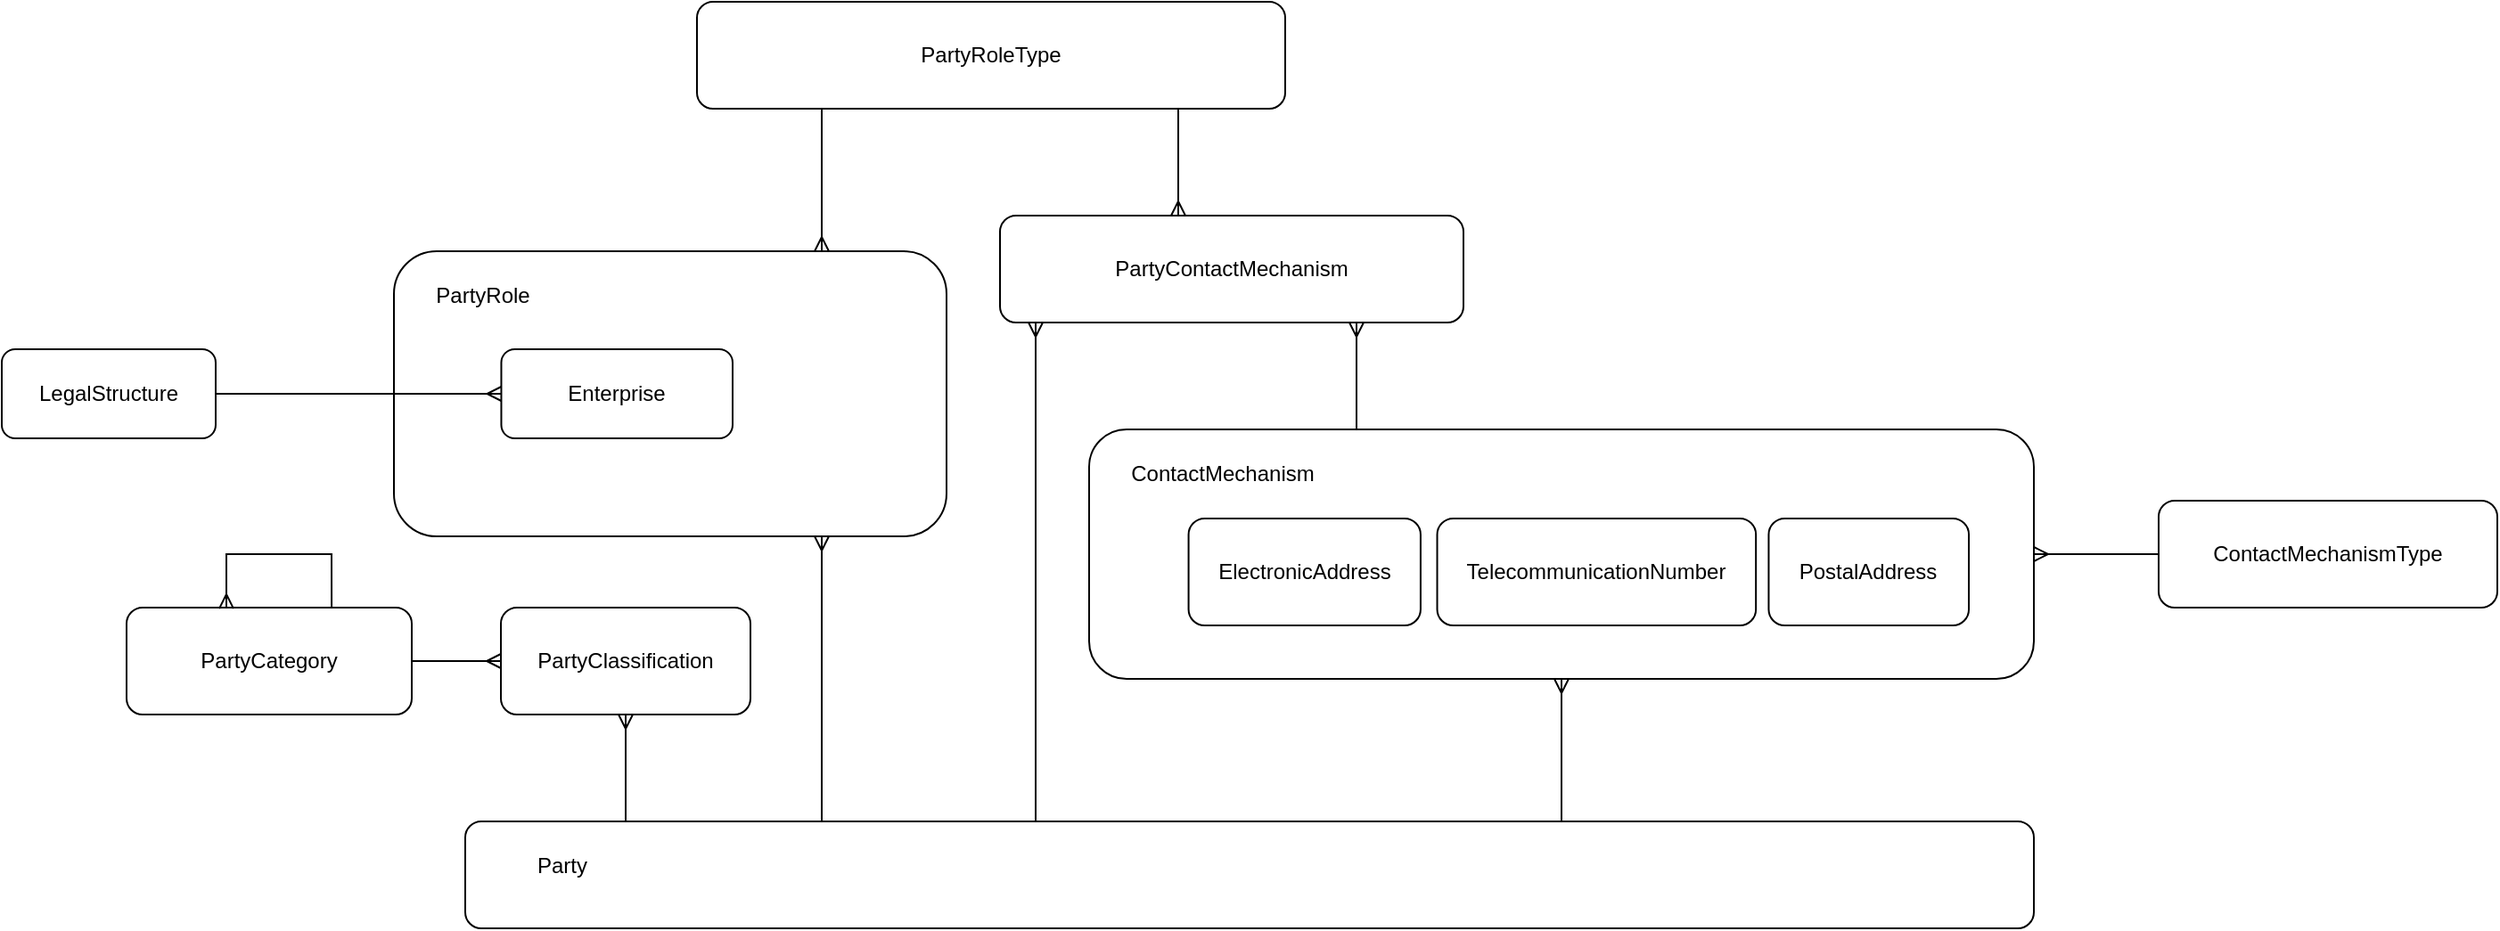
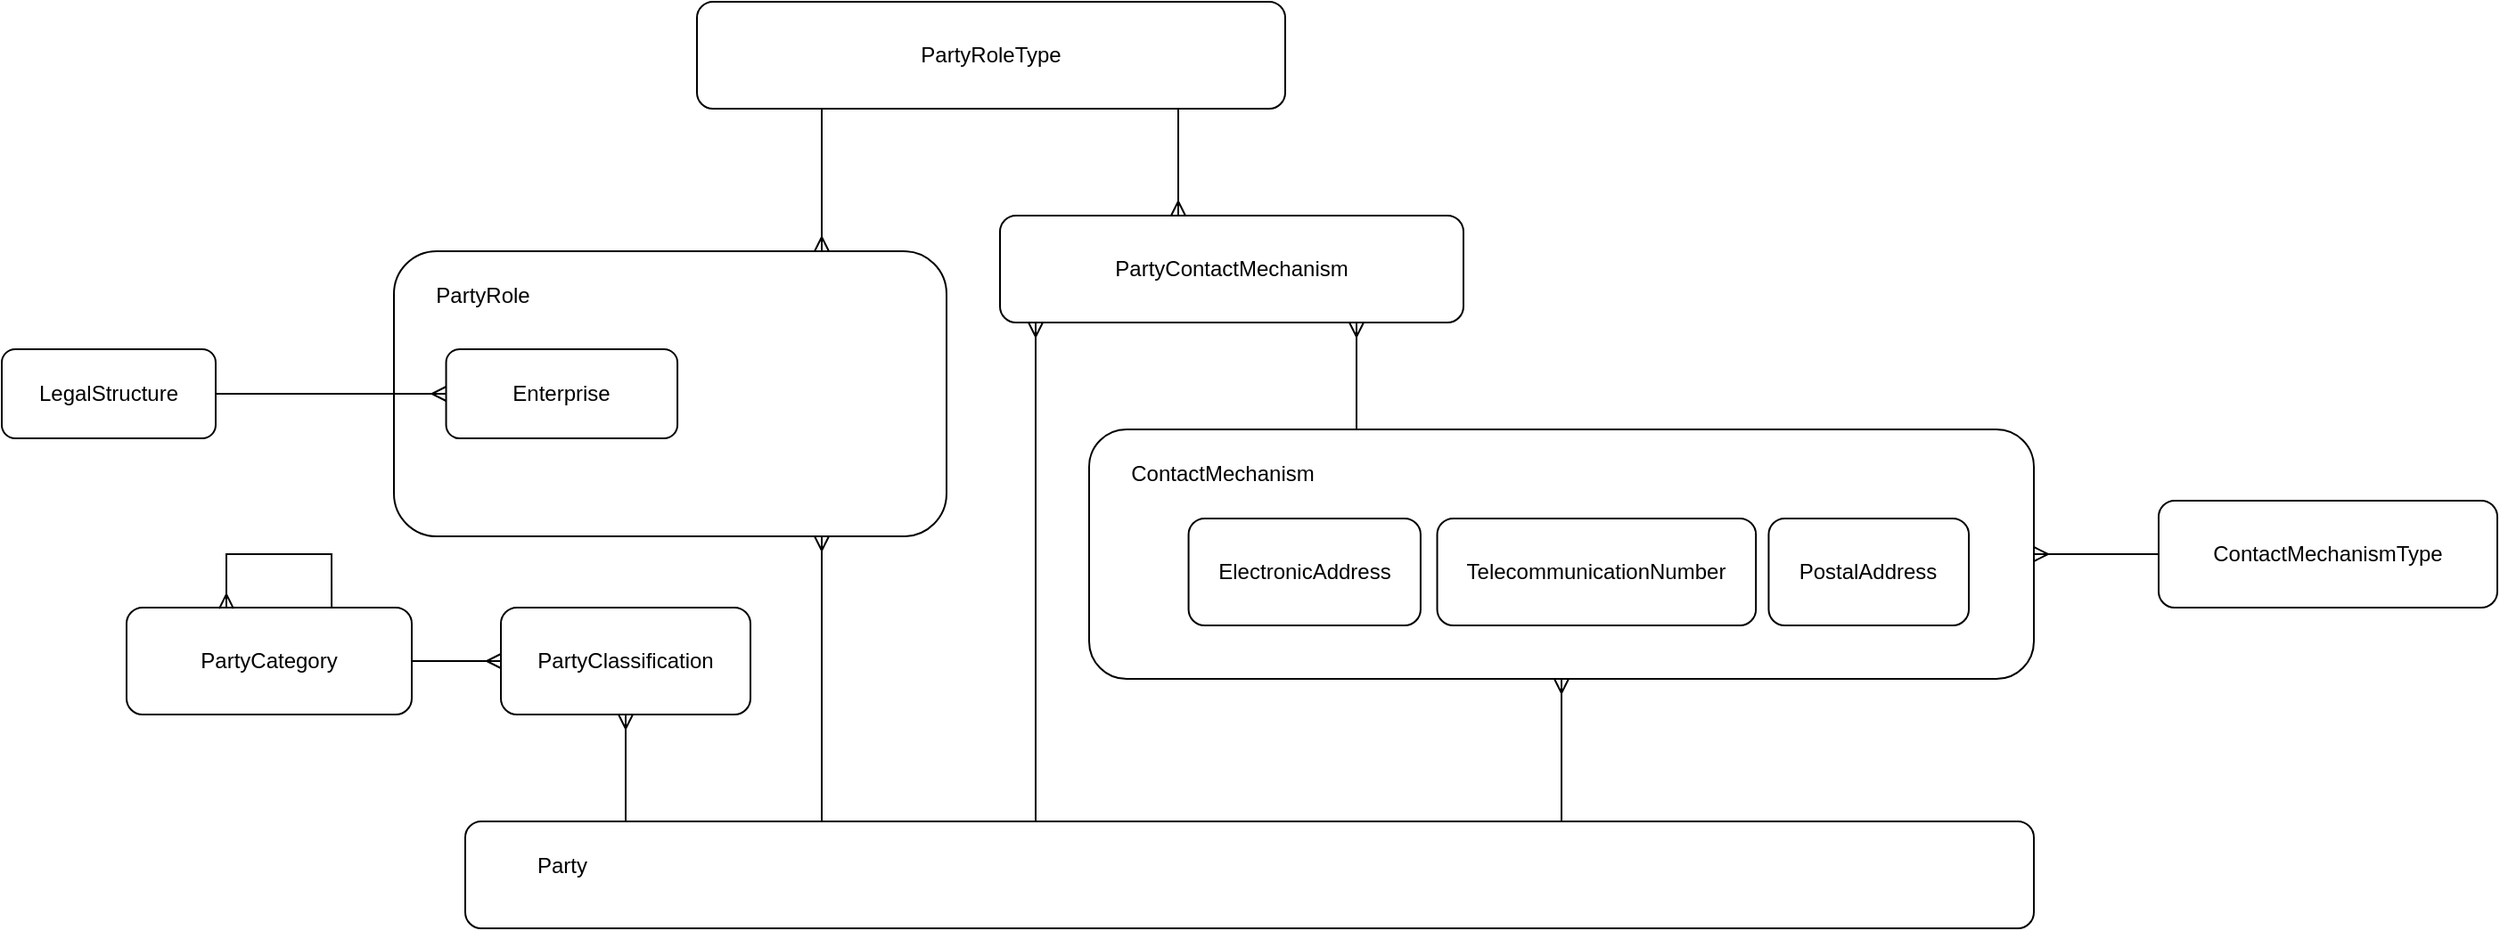
<mxfile host="app.diagrams.net" agent="Mozilla/5.0 (Windows NT 10.0; Win64; x64) AppleWebKit/537.36 (KHTML, like Gecko) Chrome/141.0.0.0 Safari/537.36" version="28.2.9">
  <diagram name="Page-1" id="d0nJ6Fx9cUZLMqGtfM0H">
    <mxGraphModel dx="2076" dy="1832" grid="1" gridSize="10" guides="1" tooltips="1" connect="1" arrows="1" fold="1" page="1" pageScale="1" pageWidth="850" pageHeight="1100" math="0" shadow="0">
      <root>
        <mxCell id="0" />
        <mxCell id="1" parent="0" />
        <mxCell id="tdPrWEJd15tEannaNgth-4" style="edgeStyle=orthogonalEdgeStyle;rounded=0;orthogonalLoop=1;jettySize=auto;html=1;startArrow=ERmany;startFill=0;endArrow=none;endFill=0;" edge="1" parent="1" source="tdPrWEJd15tEannaNgth-2" target="tdPrWEJd15tEannaNgth-3">
          <mxGeometry relative="1" as="geometry" />
        </mxCell>
        <mxCell id="tdPrWEJd15tEannaNgth-3" value="ContactMechanismType" style="rounded=1;whiteSpace=wrap;html=1;" vertex="1" parent="1">
          <mxGeometry x="600" y="230" width="190" height="60" as="geometry" />
        </mxCell>
        <mxCell id="tdPrWEJd15tEannaNgth-13" value="PartyRoleType" style="rounded=1;whiteSpace=wrap;html=1;" vertex="1" parent="1">
          <mxGeometry x="-220" y="-50" width="330" height="60" as="geometry" />
        </mxCell>
        <mxCell id="tdPrWEJd15tEannaNgth-14" style="edgeStyle=orthogonalEdgeStyle;rounded=0;orthogonalLoop=1;jettySize=auto;html=1;startArrow=ERmany;startFill=0;endArrow=none;endFill=0;" edge="1" parent="1" source="tdPrWEJd15tEannaNgth-15" target="tdPrWEJd15tEannaNgth-13">
          <mxGeometry relative="1" as="geometry">
            <mxPoint x="730" y="420" as="sourcePoint" />
            <mxPoint x="730" y="340" as="targetPoint" />
            <Array as="points">
              <mxPoint x="50" y="20" />
              <mxPoint x="50" y="20" />
            </Array>
          </mxGeometry>
        </mxCell>
        <mxCell id="tdPrWEJd15tEannaNgth-15" value="PartyContactMechanism" style="rounded=1;whiteSpace=wrap;html=1;" vertex="1" parent="1">
          <mxGeometry x="-50" y="70" width="260" height="60" as="geometry" />
        </mxCell>
        <mxCell id="tdPrWEJd15tEannaNgth-18" style="edgeStyle=orthogonalEdgeStyle;rounded=0;orthogonalLoop=1;jettySize=auto;html=1;startArrow=ERmany;startFill=0;endArrow=none;endFill=0;" edge="1" parent="1">
          <mxGeometry relative="1" as="geometry">
            <mxPoint x="-30.00117647058829" y="130" as="sourcePoint" />
            <mxPoint x="-30.00117647058829" y="410" as="targetPoint" />
            <Array as="points">
              <mxPoint x="-30.060000000000002" y="300" />
              <mxPoint x="-30.060000000000002" y="300" />
            </Array>
          </mxGeometry>
        </mxCell>
        <mxCell id="tdPrWEJd15tEannaNgth-19" value="" style="group" vertex="1" connectable="0" parent="1">
          <mxGeometry y="190" width="530" height="140" as="geometry" />
        </mxCell>
        <mxCell id="tdPrWEJd15tEannaNgth-2" value="" style="rounded=1;whiteSpace=wrap;html=1;" vertex="1" parent="tdPrWEJd15tEannaNgth-19">
          <mxGeometry width="530" height="140" as="geometry" />
        </mxCell>
        <mxCell id="tdPrWEJd15tEannaNgth-5" value="ElectronicAddress" style="rounded=1;whiteSpace=wrap;html=1;" vertex="1" parent="tdPrWEJd15tEannaNgth-19">
          <mxGeometry x="55.78947368421052" y="50" width="130.17543859649123" height="60" as="geometry" />
        </mxCell>
        <mxCell id="tdPrWEJd15tEannaNgth-6" value="TelecommunicationNumber" style="rounded=1;whiteSpace=wrap;html=1;" vertex="1" parent="tdPrWEJd15tEannaNgth-19">
          <mxGeometry x="195.26315789473682" y="50" width="178.81456140350878" height="60" as="geometry" />
        </mxCell>
        <mxCell id="tdPrWEJd15tEannaNgth-7" value="ContactMechanism" style="text;html=1;whiteSpace=wrap;strokeColor=none;fillColor=none;align=center;verticalAlign=middle;rounded=0;" vertex="1" parent="tdPrWEJd15tEannaNgth-19">
          <mxGeometry x="27.896882591093107" y="10" width="94.41295546558705" height="30" as="geometry" />
        </mxCell>
        <mxCell id="tdPrWEJd15tEannaNgth-8" value="PostalAddress" style="rounded=1;whiteSpace=wrap;html=1;" vertex="1" parent="tdPrWEJd15tEannaNgth-19">
          <mxGeometry x="381.2280701754386" y="50" width="112.29491228070175" height="60" as="geometry" />
        </mxCell>
        <mxCell id="tdPrWEJd15tEannaNgth-20" style="edgeStyle=orthogonalEdgeStyle;rounded=0;orthogonalLoop=1;jettySize=auto;html=1;startArrow=ERmany;startFill=0;endArrow=none;endFill=0;" edge="1" parent="1" source="tdPrWEJd15tEannaNgth-15" target="tdPrWEJd15tEannaNgth-2">
          <mxGeometry relative="1" as="geometry">
            <mxPoint x="370" y="120" as="sourcePoint" />
            <mxPoint x="370" y="430" as="targetPoint" />
            <Array as="points">
              <mxPoint x="150" y="160" />
              <mxPoint x="150" y="160" />
            </Array>
          </mxGeometry>
        </mxCell>
        <mxCell id="tdPrWEJd15tEannaNgth-21" style="edgeStyle=orthogonalEdgeStyle;rounded=0;orthogonalLoop=1;jettySize=auto;html=1;startArrow=ERmany;startFill=0;endArrow=none;endFill=0;" edge="1" parent="1" source="tdPrWEJd15tEannaNgth-2" target="tdPrWEJd15tEannaNgth-1">
          <mxGeometry relative="1" as="geometry">
            <mxPoint x="240" y="400" as="sourcePoint" />
            <mxPoint x="240" y="470" as="targetPoint" />
            <Array as="points">
              <mxPoint x="305" y="420" />
              <mxPoint x="305" y="420" />
            </Array>
          </mxGeometry>
        </mxCell>
        <mxCell id="tdPrWEJd15tEannaNgth-22" value="LegalStructure" style="rounded=1;whiteSpace=wrap;html=1;" vertex="1" parent="1">
          <mxGeometry x="-610" y="145" width="120" height="50" as="geometry" />
        </mxCell>
        <mxCell id="tdPrWEJd15tEannaNgth-27" value="PartyClassification" style="rounded=1;whiteSpace=wrap;html=1;" vertex="1" parent="1">
          <mxGeometry x="-330" y="290" width="140" height="60" as="geometry" />
        </mxCell>
        <mxCell id="tdPrWEJd15tEannaNgth-28" value="PartyCategory" style="rounded=1;whiteSpace=wrap;html=1;" vertex="1" parent="1">
          <mxGeometry x="-540" y="290" width="160" height="60" as="geometry" />
        </mxCell>
        <mxCell id="tdPrWEJd15tEannaNgth-31" style="edgeStyle=orthogonalEdgeStyle;rounded=0;orthogonalLoop=1;jettySize=auto;html=1;startArrow=ERmany;startFill=0;endArrow=none;endFill=0;" edge="1" parent="1" source="tdPrWEJd15tEannaNgth-27" target="tdPrWEJd15tEannaNgth-1">
          <mxGeometry relative="1" as="geometry">
            <mxPoint x="-260" y="180" as="sourcePoint" />
            <mxPoint x="-260" y="250" as="targetPoint" />
            <Array as="points">
              <mxPoint x="-260" y="370" />
              <mxPoint x="-260" y="370" />
            </Array>
          </mxGeometry>
        </mxCell>
        <mxCell id="tdPrWEJd15tEannaNgth-32" style="edgeStyle=orthogonalEdgeStyle;rounded=0;orthogonalLoop=1;jettySize=auto;html=1;startArrow=ERmany;startFill=0;endArrow=none;endFill=0;" edge="1" parent="1" source="tdPrWEJd15tEannaNgth-27" target="tdPrWEJd15tEannaNgth-28">
          <mxGeometry relative="1" as="geometry">
            <mxPoint x="-230" y="200" as="sourcePoint" />
            <mxPoint x="-230" y="270" as="targetPoint" />
            <Array as="points" />
          </mxGeometry>
        </mxCell>
        <mxCell id="tdPrWEJd15tEannaNgth-33" style="edgeStyle=orthogonalEdgeStyle;rounded=0;orthogonalLoop=1;jettySize=auto;html=1;startArrow=ERmany;startFill=0;endArrow=none;endFill=0;exitX=0.35;exitY=0.009;exitDx=0;exitDy=0;exitPerimeter=0;entryX=0.719;entryY=0;entryDx=0;entryDy=0;entryPerimeter=0;" edge="1" parent="1" source="tdPrWEJd15tEannaNgth-28" target="tdPrWEJd15tEannaNgth-28">
          <mxGeometry relative="1" as="geometry">
            <mxPoint x="-485" y="280" as="sourcePoint" />
            <mxPoint x="-425" y="280" as="targetPoint" />
            <Array as="points">
              <mxPoint x="-484" y="260" />
              <mxPoint x="-425" y="260" />
            </Array>
          </mxGeometry>
        </mxCell>
        <mxCell id="tdPrWEJd15tEannaNgth-35" value="" style="rounded=1;whiteSpace=wrap;html=1;" vertex="1" parent="1">
          <mxGeometry x="-390" y="90" width="310" height="160" as="geometry" />
        </mxCell>
        <mxCell id="tdPrWEJd15tEannaNgth-37" style="edgeStyle=orthogonalEdgeStyle;rounded=0;orthogonalLoop=1;jettySize=auto;html=1;startArrow=ERmany;startFill=0;endArrow=none;endFill=0;" edge="1" parent="1" source="tdPrWEJd15tEannaNgth-35" target="tdPrWEJd15tEannaNgth-1">
          <mxGeometry relative="1" as="geometry">
            <mxPoint x="-130" y="350" as="sourcePoint" />
            <mxPoint x="-130" y="420" as="targetPoint" />
            <Array as="points">
              <mxPoint x="-150" y="260" />
              <mxPoint x="-150" y="260" />
            </Array>
          </mxGeometry>
        </mxCell>
        <mxCell id="tdPrWEJd15tEannaNgth-38" style="edgeStyle=orthogonalEdgeStyle;rounded=0;orthogonalLoop=1;jettySize=auto;html=1;startArrow=ERmany;startFill=0;endArrow=none;endFill=0;" edge="1" parent="1" source="tdPrWEJd15tEannaNgth-35">
          <mxGeometry relative="1" as="geometry">
            <mxPoint x="-150" y="160" as="sourcePoint" />
            <mxPoint x="-150" y="10" as="targetPoint" />
            <Array as="points">
              <mxPoint x="-150" y="70" />
              <mxPoint x="-150" y="70" />
            </Array>
          </mxGeometry>
        </mxCell>
        <mxCell id="tdPrWEJd15tEannaNgth-1" value="" style="rounded=1;whiteSpace=wrap;html=1;" vertex="1" parent="1">
          <mxGeometry x="-350" y="410" width="880" height="60" as="geometry" />
        </mxCell>
        <mxCell id="tdPrWEJd15tEannaNgth-9" value="Party" style="text;html=1;whiteSpace=wrap;strokeColor=none;fillColor=none;align=center;verticalAlign=middle;rounded=0;" vertex="1" parent="1">
          <mxGeometry x="-336.46153846153845" y="420" width="81.23076923076923" height="30" as="geometry" />
        </mxCell>
        <mxCell id="tdPrWEJd15tEannaNgth-17" value="Enterprise" style="rounded=1;whiteSpace=wrap;html=1;" vertex="1" parent="1">
-           <mxGeometry x="-329.77" y="145" width="129.77" height="50" as="geometry" />
+           <mxGeometry x="-360.72999999999996" y="145" width="129.77" height="50" as="geometry" />
        </mxCell>
        <mxCell id="tdPrWEJd15tEannaNgth-40" value="PartyRole" style="text;html=1;whiteSpace=wrap;strokeColor=none;fillColor=none;align=center;verticalAlign=middle;rounded=0;" vertex="1" parent="1">
          <mxGeometry x="-370" y="100" width="60" height="30" as="geometry" />
        </mxCell>
        <mxCell id="tdPrWEJd15tEannaNgth-42" style="edgeStyle=orthogonalEdgeStyle;rounded=0;orthogonalLoop=1;jettySize=auto;html=1;startArrow=ERmany;startFill=0;endArrow=none;endFill=0;" edge="1" parent="1" source="tdPrWEJd15tEannaNgth-17" target="tdPrWEJd15tEannaNgth-22">
          <mxGeometry relative="1" as="geometry">
            <mxPoint x="-90" y="310" as="sourcePoint" />
            <mxPoint x="-90" y="470" as="targetPoint" />
            <Array as="points" />
          </mxGeometry>
        </mxCell>
      </root>
    </mxGraphModel>
  </diagram>
</mxfile>
